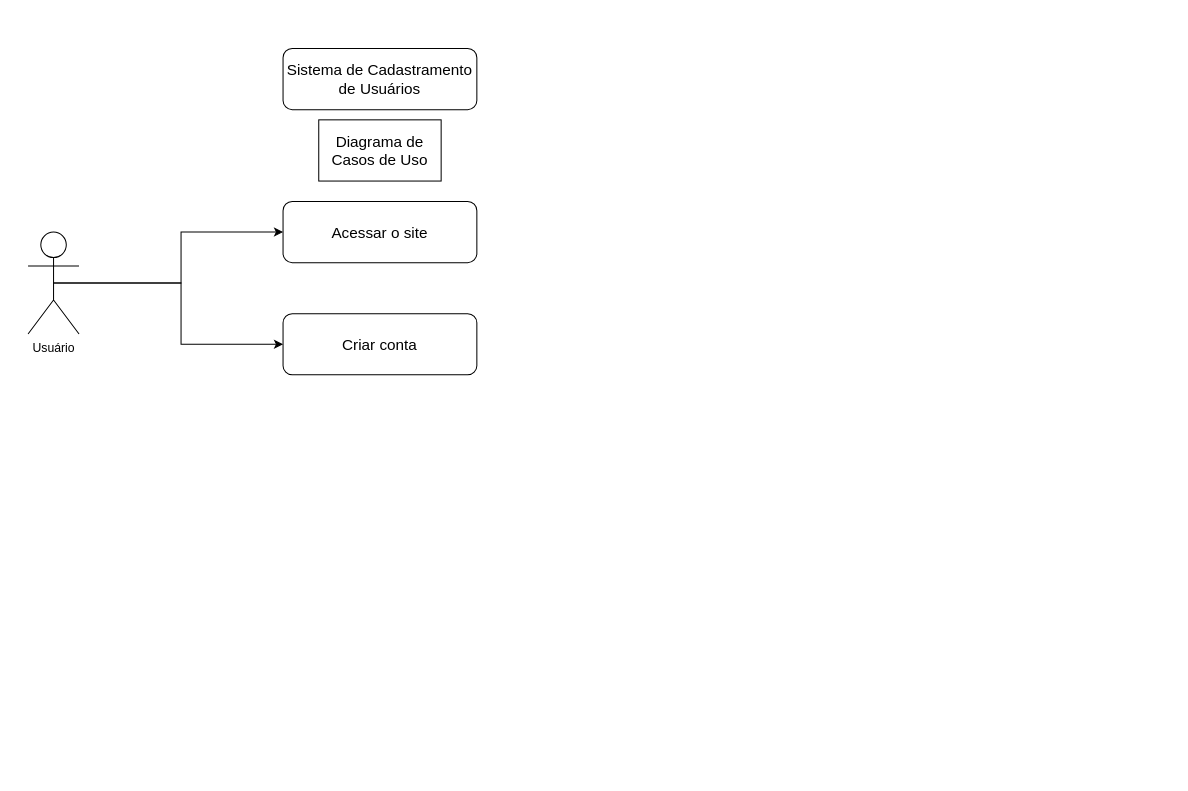
Earlier version of the draw.io diagram Diagrama sem nome.drawio (lucassead/Diagramas-de-Requisitos). Source tidied: cells renumbered, new cells numbered last; positions are measured from the earlier drawing's top-left corner, leaving out a move shared by most shapes. Both pictures are drawn from the tidied source at 102%, with x=0, y=0 at pixel (28, 48).
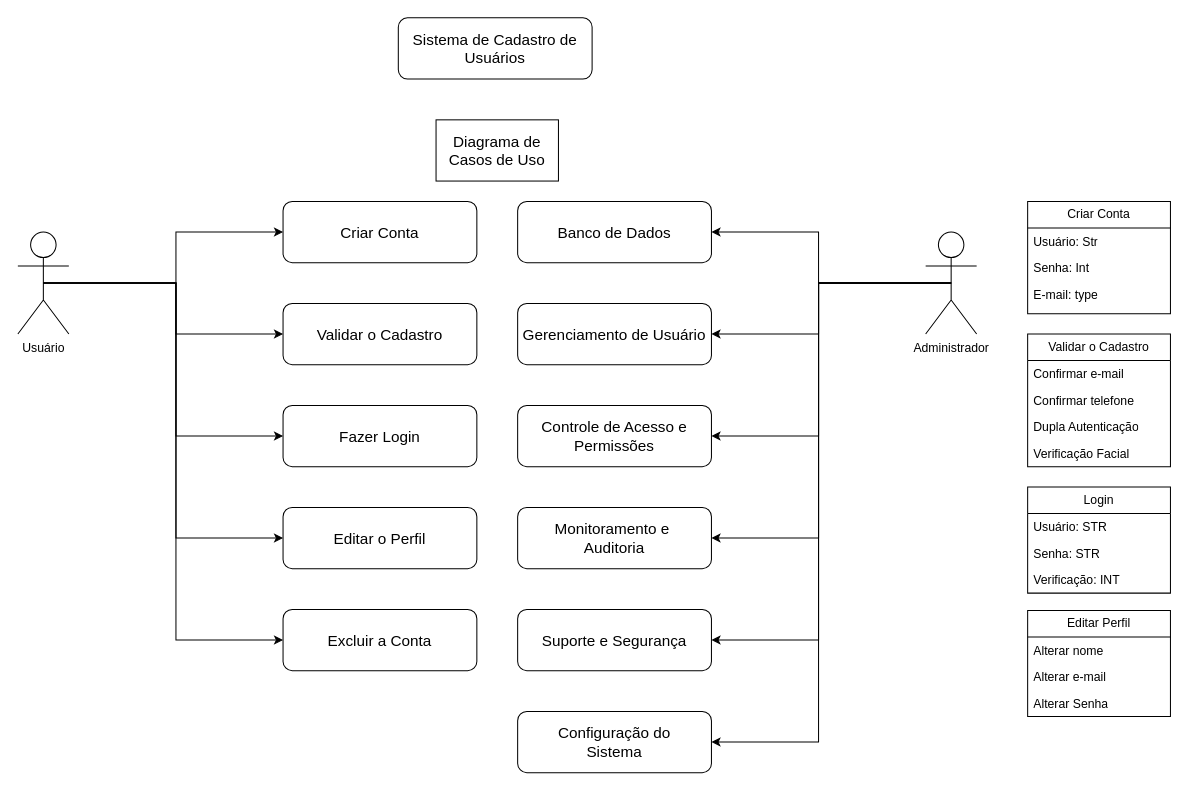
The same page after the edit.

What changed in the source:
```diff
@@
+    <mxCell id="10" style="edgeStyle=orthogonalEdgeStyle;rounded=0;jettySize=auto;html=1;exitX=0.5;exitY=0.5;exitDx=0;exitDy=0;exitPerimeter=0;entryX=0;entryY=0.5;entryDx=0;entryDy=0;" parent="1" edge="1" source="4" target="21">
+      <mxGeometry relative="1" as="geometry" />
+    </mxCell>
+    <mxCell id="11" style="edgeStyle=orthogonalEdgeStyle;rounded=0;jettySize=auto;html=1;exitX=0.5;exitY=0.5;exitDx=0;exitDy=0;exitPerimeter=0;entryX=0;entryY=0.5;entryDx=0;entryDy=0;" parent="1" edge="1" source="4" target="22">
+      <mxGeometry relative="1" as="geometry" />
+    </mxCell>
+    <mxCell id="12" style="edgeStyle=orthogonalEdgeStyle;rounded=0;jettySize=auto;html=1;exitX=0.5;exitY=0.5;exitDx=0;exitDy=0;exitPerimeter=0;entryX=0;entryY=0.5;entryDx=0;entryDy=0;" parent="1" edge="1" source="4" target="23">
+      <mxGeometry relative="1" as="geometry" />
+    </mxCell>
     <mxCell id="4" value="Usuário" style="shape=umlActor;verticalLabelPosition=bottom;verticalAlign=top;html=1;outlineConnect=0;" parent="1" vertex="1">
-      <mxGeometry y="180" width="50" height="100" as="geometry" />
+      <mxGeometry x="-10" y="180" width="50" height="100" as="geometry" />
     </mxCell>
-    <mxCell id="5" value="&lt;font&gt;Acessar o site&lt;/font&gt;" style="rounded=1;whiteSpace=wrap;html=1;fontSize=15;" parent="1" vertex="1">
+    <mxCell id="5" value="&lt;font&gt;Criar Conta&lt;/font&gt;" style="rounded=1;whiteSpace=wrap;html=1;fontSize=15;" parent="1" vertex="1">
       <mxGeometry x="250" y="150" width="190" height="60" as="geometry" />
     </mxCell>
-    <mxCell id="6" value="&lt;font&gt;Criar conta&lt;/font&gt;" style="rounded=1;whiteSpace=wrap;html=1;fontSize=15;" parent="1" vertex="1">
-      <mxGeometry x="250" y="260" width="190" height="60" as="geometry" />
+    <mxCell id="6" value="Validar o Cadastro" style="rounded=1;whiteSpace=wrap;html=1;fontSize=15;" parent="1" vertex="1">
+      <mxGeometry x="250" y="250" width="190" height="60" as="geometry" />
     </mxCell>
-    <mxCell id="7" value="&lt;font&gt;Sistema de Cadastramento de Usuários&lt;/font&gt;" style="rounded=1;whiteSpace=wrap;html=1;fontSize=15;" parent="1" vertex="1">
-      <mxGeometry x="250" width="190" height="60" as="geometry" />
+    <mxCell id="7" value="&lt;font&gt;Sistema de Cadastro de Usuários&lt;/font&gt;" style="rounded=1;whiteSpace=wrap;html=1;fontSize=15;" parent="1" vertex="1">
+      <mxGeometry x="363" y="-30" width="190" height="60" as="geometry" />
     </mxCell>
@@
     <mxCell id="9" value="Diagrama de Casos de Uso" style="rounded=0;whiteSpace=wrap;html=1;fontSize=15;" parent="1" vertex="1">
-      <mxGeometry x="285" y="70" width="120" height="60" as="geometry" />
+      <mxGeometry x="400" y="70" width="120" height="60" as="geometry" />
     </mxCell>
+    <mxCell id="13" style="edgeStyle=orthogonalEdgeStyle;rounded=0;jettySize=auto;html=1;exitX=0.5;exitY=0.5;exitDx=0;exitDy=0;exitPerimeter=0;" parent="1" edge="1" source="19" target="20">
+      <mxGeometry relative="1" as="geometry" />
+    </mxCell>
+    <mxCell id="14" style="edgeStyle=orthogonalEdgeStyle;rounded=0;jettySize=auto;html=1;exitX=0.5;exitY=0.5;exitDx=0;exitDy=0;exitPerimeter=0;entryX=1;entryY=0.5;entryDx=0;entryDy=0;" parent="1" edge="1" source="19" target="24">
+      <mxGeometry relative="1" as="geometry" />
+    </mxCell>
+    <mxCell id="15" style="edgeStyle=orthogonalEdgeStyle;rounded=0;jettySize=auto;html=1;exitX=0.5;exitY=0.5;exitDx=0;exitDy=0;exitPerimeter=0;entryX=1;entryY=0.5;entryDx=0;entryDy=0;" parent="1" edge="1" source="19" target="25">
+      <mxGeometry relative="1" as="geometry" />
+    </mxCell>
+    <mxCell id="16" style="edgeStyle=orthogonalEdgeStyle;rounded=0;jettySize=auto;html=1;exitX=0.5;exitY=0.5;exitDx=0;exitDy=0;exitPerimeter=0;entryX=1;entryY=0.5;entryDx=0;entryDy=0;" parent="1" edge="1" source="19" target="26">
+      <mxGeometry relative="1" as="geometry" />
+    </mxCell>
+    <mxCell id="17" style="edgeStyle=orthogonalEdgeStyle;rounded=0;jettySize=auto;html=1;exitX=0.5;exitY=0.5;exitDx=0;exitDy=0;exitPerimeter=0;entryX=1;entryY=0.5;entryDx=0;entryDy=0;" parent="1" edge="1" source="19" target="27">
+      <mxGeometry relative="1" as="geometry" />
+    </mxCell>
+    <mxCell id="18" style="edgeStyle=orthogonalEdgeStyle;rounded=0;jettySize=auto;html=1;exitX=0.5;exitY=0.5;exitDx=0;exitDy=0;exitPerimeter=0;entryX=1;entryY=0.5;entryDx=0;entryDy=0;" parent="1" edge="1" source="19" target="28">
+      <mxGeometry relative="1" as="geometry" />
+    </mxCell>
+    <mxCell id="19" value="Administrador" style="shape=umlActor;verticalLabelPosition=bottom;verticalAlign=top;html=1;outlineConnect=0;" parent="1" vertex="1">
+      <mxGeometry x="880" y="180" width="50" height="100" as="geometry" />
+    </mxCell>
+    <mxCell id="20" value="&lt;font&gt;Banco de Dados&lt;/font&gt;" style="rounded=1;whiteSpace=wrap;html=1;fontSize=15;" parent="1" vertex="1">
+      <mxGeometry x="480" y="150" width="190" height="60" as="geometry" />
+    </mxCell>
+    <mxCell id="21" value="&lt;font&gt;Fazer Login&lt;/font&gt;" style="rounded=1;whiteSpace=wrap;html=1;fontSize=15;" parent="1" vertex="1">
+      <mxGeometry x="250" y="350" width="190" height="60" as="geometry" />
+    </mxCell>
+    <mxCell id="22" value="Editar o Perfil" style="rounded=1;whiteSpace=wrap;html=1;fontSize=15;" parent="1" vertex="1">
+      <mxGeometry x="250" y="450" width="190" height="60" as="geometry" />
+    </mxCell>
+    <mxCell id="23" value="&lt;font&gt;Excluir a Conta&lt;/font&gt;" style="rounded=1;whiteSpace=wrap;html=1;fontSize=15;" parent="1" vertex="1">
+      <mxGeometry x="250" y="550" width="190" height="60" as="geometry" />
+    </mxCell>
+    <mxCell id="24" value="&lt;font&gt;Gerenciamento de Usuário&lt;/font&gt;" style="rounded=1;whiteSpace=wrap;html=1;fontSize=15;" parent="1" vertex="1">
+      <mxGeometry x="480" y="250" width="190" height="60" as="geometry" />
+    </mxCell>
+    <mxCell id="25" value="Controle de Acesso e Permissões" style="rounded=1;whiteSpace=wrap;html=1;fontSize=15;" parent="1" vertex="1">
+      <mxGeometry x="480" y="350" width="190" height="60" as="geometry" />
+    </mxCell>
+    <mxCell id="26" value="Monitoramento e&amp;nbsp;&lt;div&gt;Auditoria&lt;/div&gt;" style="rounded=1;whiteSpace=wrap;html=1;fontSize=15;" parent="1" vertex="1">
+      <mxGeometry x="480" y="450" width="190" height="60" as="geometry" />
+    </mxCell>
+    <mxCell id="27" value="&lt;font&gt;Suporte e Segurança&lt;/font&gt;" style="rounded=1;whiteSpace=wrap;html=1;fontSize=15;" parent="1" vertex="1">
+      <mxGeometry x="480" y="550" width="190" height="60" as="geometry" />
+    </mxCell>
+    <mxCell id="28" value="&lt;font&gt;Configuração do&lt;/font&gt;&lt;div&gt;&lt;font&gt;Sistema&lt;/font&gt;&lt;/div&gt;" style="rounded=1;whiteSpace=wrap;html=1;fontSize=15;" parent="1" vertex="1">
+      <mxGeometry x="480" y="650" width="190" height="60" as="geometry" />
+    </mxCell>
+    <mxCell id="29" value="Criar Conta" style="swimlane;fontStyle=0;horizontal=1;startSize=26;fillColor=none;whiteSpace=wrap;html=1;" parent="1" vertex="1">
+      <mxGeometry x="980" y="150" width="140" height="110" as="geometry" />
+    </mxCell>
+    <mxCell id="30" value="Usuário: Str" style="text;strokeColor=none;fillColor=none;align=left;verticalAlign=top;spacingLeft=4;spacingRight=4;overflow=hidden;whiteSpace=wrap;html=1;" parent="29" vertex="1">
+      <mxGeometry y="26" width="140" height="26" as="geometry" />
+    </mxCell>
+    <mxCell id="31" value="Senha: Int" style="text;strokeColor=none;fillColor=none;align=left;verticalAlign=top;spacingLeft=4;spacingRight=4;overflow=hidden;whiteSpace=wrap;html=1;" parent="29" vertex="1">
+      <mxGeometry y="52" width="140" height="26" as="geometry" />
+    </mxCell>
+    <mxCell id="32" value="E-mail: type" style="text;strokeColor=none;fillColor=none;align=left;verticalAlign=top;spacingLeft=4;spacingRight=4;overflow=hidden;whiteSpace=wrap;html=1;" parent="29" vertex="1">
+      <mxGeometry y="78" width="140" height="32" as="geometry" />
+    </mxCell>
+    <mxCell id="33" value="Validar o Cadastro" style="swimlane;fontStyle=0;horizontal=1;startSize=26;fillColor=none;whiteSpace=wrap;html=1;" parent="1" vertex="1">
+      <mxGeometry x="980" y="280" width="140" height="130" as="geometry" />
+    </mxCell>
+    <mxCell id="34" value="Confirmar e-mail" style="text;strokeColor=none;fillColor=none;align=left;verticalAlign=top;spacingLeft=4;spacingRight=4;overflow=hidden;whiteSpace=wrap;html=1;" parent="33" vertex="1">
+      <mxGeometry y="26" width="140" height="26" as="geometry" />
+    </mxCell>
+    <mxCell id="35" value="Confirmar telefone" style="text;strokeColor=none;fillColor=none;align=left;verticalAlign=top;spacingLeft=4;spacingRight=4;overflow=hidden;whiteSpace=wrap;html=1;" parent="33" vertex="1">
+      <mxGeometry y="52" width="140" height="26" as="geometry" />
+    </mxCell>
+    <mxCell id="36" value="Dupla Autenticação" style="text;strokeColor=none;fillColor=none;align=left;verticalAlign=top;spacingLeft=4;spacingRight=4;overflow=hidden;whiteSpace=wrap;html=1;" parent="33" vertex="1">
+      <mxGeometry y="78" width="140" height="26" as="geometry" />
+    </mxCell>
+    <mxCell id="37" value="Verificação Facial" style="text;strokeColor=none;fillColor=none;align=left;verticalAlign=top;spacingLeft=4;spacingRight=4;overflow=hidden;whiteSpace=wrap;html=1;" parent="33" vertex="1">
+      <mxGeometry y="104" width="140" height="26" as="geometry" />
+    </mxCell>
+    <mxCell id="38" value="Login" style="swimlane;fontStyle=0;horizontal=1;startSize=26;fillColor=none;whiteSpace=wrap;html=1;" parent="1" vertex="1">
+      <mxGeometry x="980" y="430" width="140" height="104" as="geometry" />
+    </mxCell>
+    <mxCell id="39" value="Usuário: STR" style="text;strokeColor=none;fillColor=none;align=left;verticalAlign=top;spacingLeft=4;spacingRight=4;overflow=hidden;whiteSpace=wrap;html=1;" parent="38" vertex="1">
+      <mxGeometry y="26" width="140" height="26" as="geometry" />
+    </mxCell>
+    <mxCell id="40" value="Senha: STR" style="text;strokeColor=none;fillColor=none;align=left;verticalAlign=top;spacingLeft=4;spacingRight=4;overflow=hidden;whiteSpace=wrap;html=1;" parent="38" vertex="1">
+      <mxGeometry y="52" width="140" height="26" as="geometry" />
+    </mxCell>
+    <mxCell id="41" value="Verificação: INT" style="text;strokeColor=none;fillColor=none;align=left;verticalAlign=top;spacingLeft=4;spacingRight=4;overflow=hidden;whiteSpace=wrap;html=1;" parent="38" vertex="1">
+      <mxGeometry y="78" width="140" height="26" as="geometry" />
+    </mxCell>
+    <mxCell id="42" value="Editar Perfil" style="swimlane;fontStyle=0;horizontal=1;startSize=26;fillColor=none;whiteSpace=wrap;html=1;" parent="1" vertex="1">
+      <mxGeometry x="980" y="551" width="140" height="104" as="geometry" />
+    </mxCell>
+    <mxCell id="43" value="Alterar nome" style="text;strokeColor=none;fillColor=none;align=left;verticalAlign=top;spacingLeft=4;spacingRight=4;overflow=hidden;whiteSpace=wrap;html=1;" parent="42" vertex="1">
+      <mxGeometry y="26" width="140" height="26" as="geometry" />
+    </mxCell>
+    <mxCell id="44" value="Alterar e-mail" style="text;strokeColor=none;fillColor=none;align=left;verticalAlign=top;spacingLeft=4;spacingRight=4;overflow=hidden;whiteSpace=wrap;html=1;" parent="42" vertex="1">
+      <mxGeometry y="52" width="140" height="26" as="geometry" />
+    </mxCell>
+    <mxCell id="45" value="Alterar Senha" style="text;strokeColor=none;fillColor=none;align=left;verticalAlign=top;spacingLeft=4;spacingRight=4;overflow=hidden;whiteSpace=wrap;html=1;" parent="42" vertex="1">
+      <mxGeometry y="78" width="140" height="26" as="geometry" />
+    </mxCell>
```
